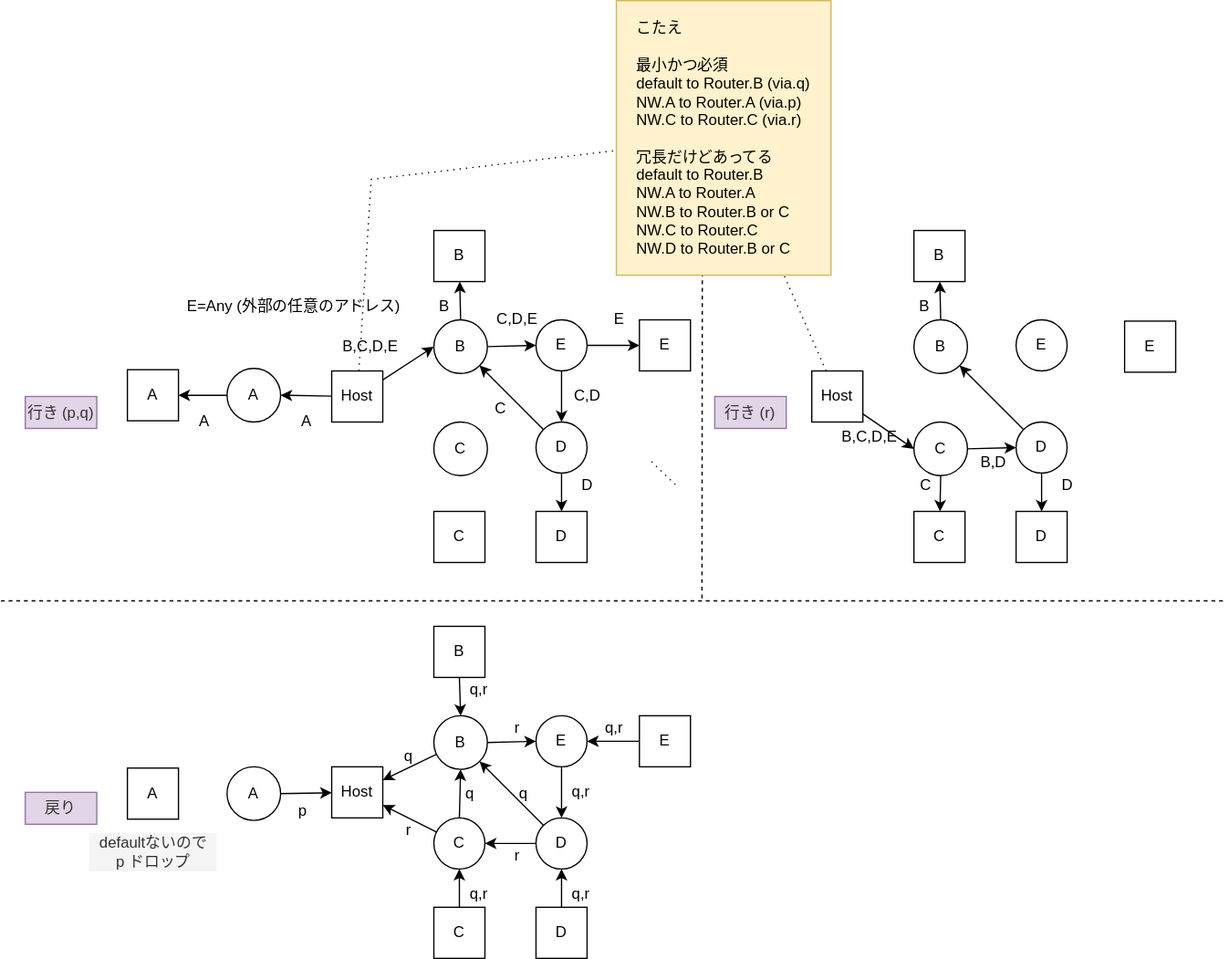
Earlier version of the draw.io export exercise_docs/l3nw2/ans1.drawio.svg (infra-handson/network-training). Source tidied: cells renumbered, new cells last; positions are measured from the earlier drawing's top-left corner, leaving out a move shared by most shapes.
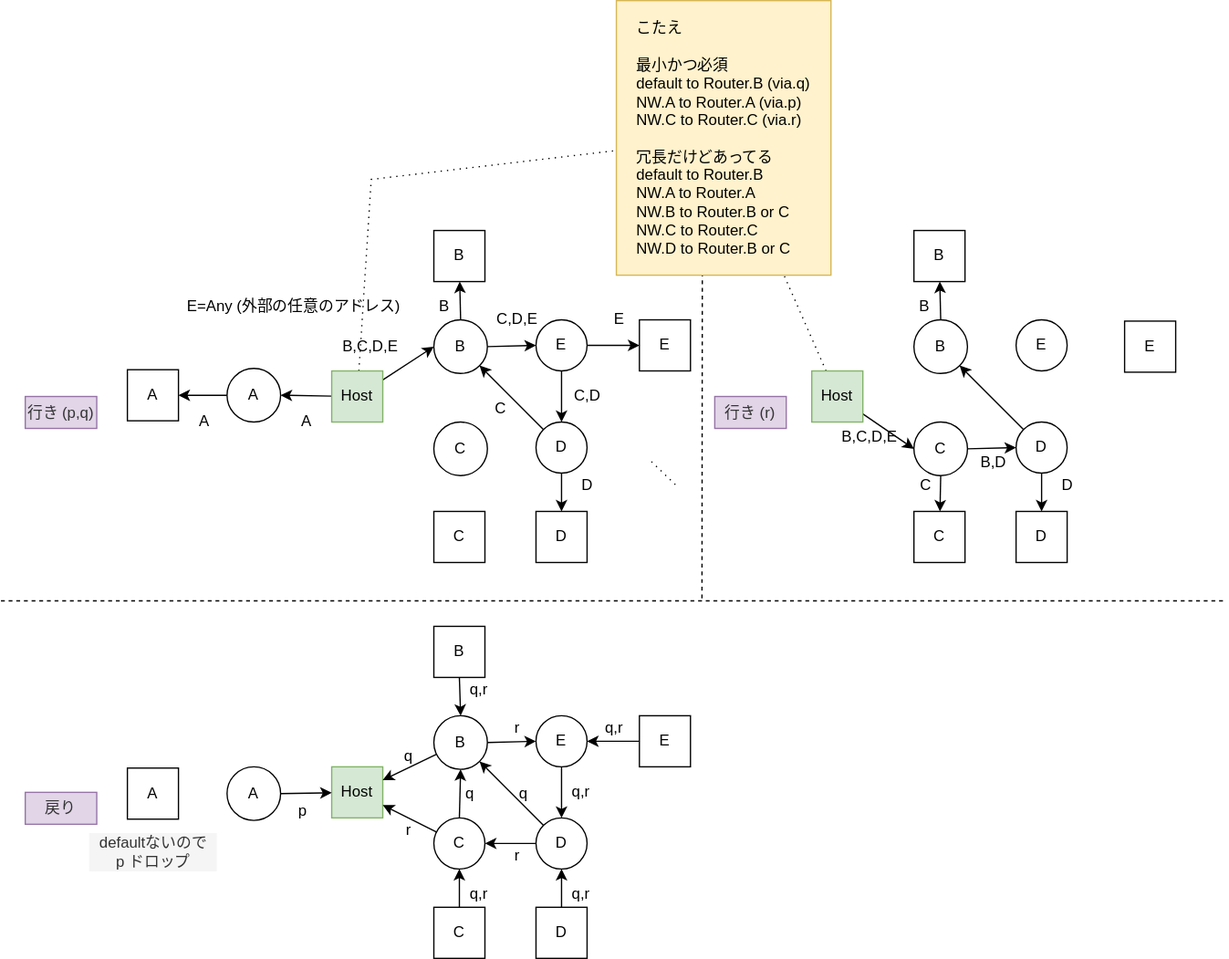
Above is the later version.

The edit, as a diff of the source:
```diff
@@ -27,7 +27,7 @@
         </Array>
       </mxGeometry>
     </mxCell>
-    <mxCell id="7" value="Host" style="rounded=0;whiteSpace=wrap;html=1;" parent="1" vertex="1">
+    <mxCell id="7" value="Host" style="rounded=0;whiteSpace=wrap;html=1;fillColor=#d5e8d4;strokeColor=#82b366;" parent="1" vertex="1">
       <mxGeometry x="259" y="290" width="40" height="40" as="geometry" />
     </mxCell>
     <mxCell id="8" style="edgeStyle=none;rounded=0;jettySize=auto;html=1;endArrow=classic;endFill=1;" parent="1" edge="1" source="10" target="18">
@@ -96,7 +96,7 @@
     <mxCell id="29" style="edgeStyle=none;rounded=0;jettySize=auto;html=1;dashed=1;dashPattern=1 4;startArrow=none;startFill=0;endArrow=none;endFill=0;" parent="1" edge="1" source="30" target="79">
       <mxGeometry relative="1" as="geometry" />
     </mxCell>
-    <mxCell id="30" value="Host" style="rounded=0;whiteSpace=wrap;html=1;" parent="1" vertex="1">
+    <mxCell id="30" value="Host" style="rounded=0;whiteSpace=wrap;html=1;fillColor=#d5e8d4;strokeColor=#82b366;" parent="1" vertex="1">
       <mxGeometry x="635" y="290" width="40" height="40" as="geometry" />
     </mxCell>
     <mxCell id="31" style="edgeStyle=none;rounded=0;jettySize=auto;html=1;endArrow=classic;endFill=1;" parent="1" edge="1" source="32" target="40">
@@ -153,7 +153,7 @@
     <mxCell id="48" value="E=Any (外部の任意のアドレス)" style="text;html=1;align=center;verticalAlign=middle;strokeColor=none;" parent="1" vertex="1">
       <mxGeometry x="139" y="230" width="180" height="20" as="geometry" />
     </mxCell>
-    <mxCell id="49" value="Host" style="rounded=0;whiteSpace=wrap;html=1;" parent="1" vertex="1">
+    <mxCell id="49" value="Host" style="rounded=0;whiteSpace=wrap;html=1;fillColor=#d5e8d4;strokeColor=#82b366;" parent="1" vertex="1">
       <mxGeometry x="259" y="600" width="40" height="40" as="geometry" />
     </mxCell>
     <mxCell id="50" style="edgeStyle=none;rounded=0;jettySize=auto;html=1;entryX=0;entryY=0.5;entryDx=0;entryDy=0;endArrow=classic;endFill=1;" parent="1" edge="1" source="52" target="60">
```
